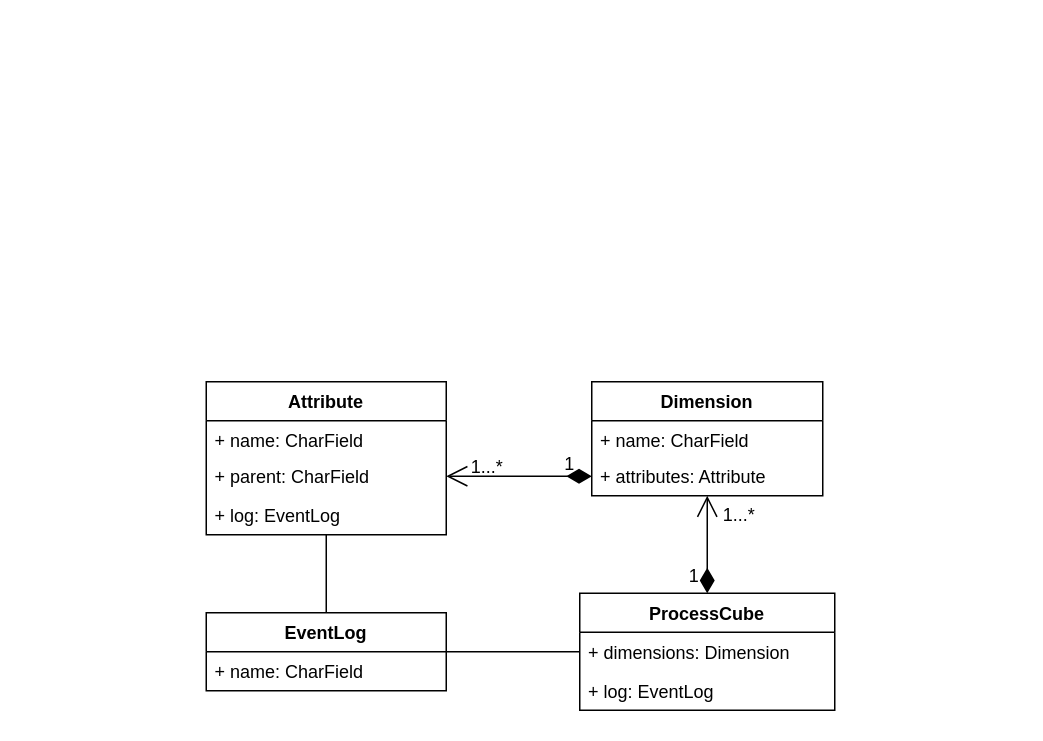
ngtom/PCubes-PADS2019 keeps this draw.io diagram as diagrams/DjangoModels.drawio. Above is the earlier version. Source tidied: cells renumbered, new cells numbered last; positions are measured from the earlier drawing's top-left corner, leaving out a move shared by most shapes. Both pictures are drawn from the tidied source at 150%, with x=0, y=0 at pixel (206, 381).
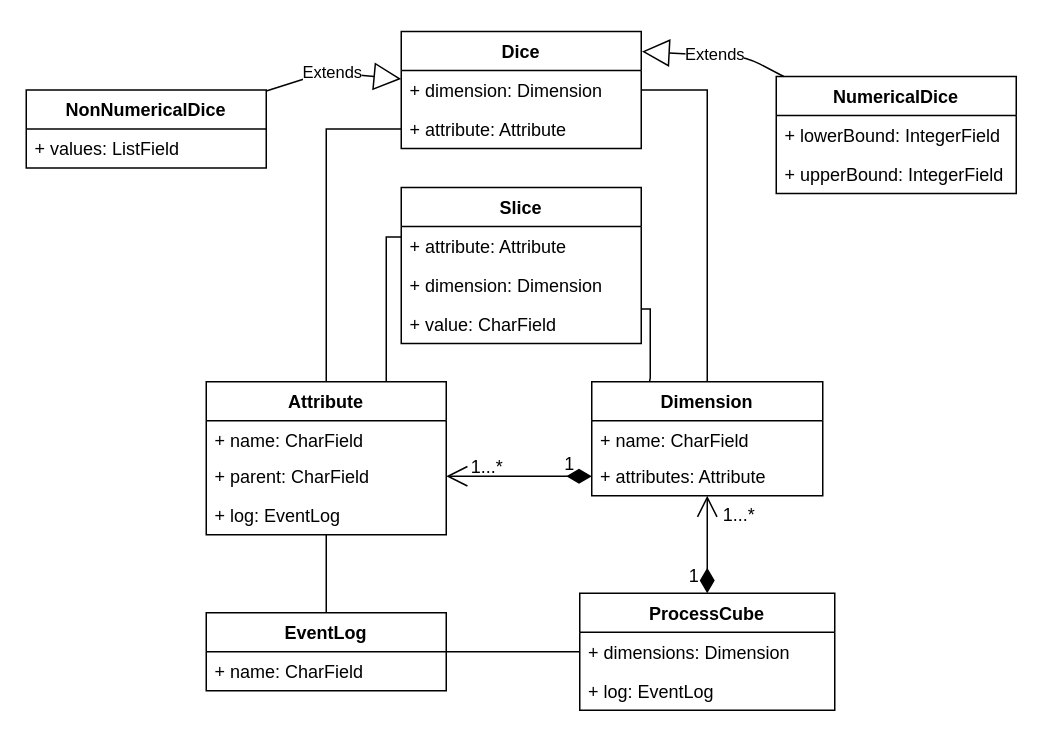
The same page after the edit.

The change refers to these unchanged cells:
```xml
<mxCell id="4" value="Attribute" style="swimlane;fontStyle=1;align=center;verticalAlign=top;horizontal=1;startSize=26;" parent="1" vertex="1">
  <mxGeometry width="160" height="102" as="geometry" />
</mxCell>
<mxCell id="8" value="Dimension" style="swimlane;fontStyle=1;align=center;verticalAlign=top;horizontal=1;startSize=26;" parent="1" vertex="1">
  <mxGeometry x="257" width="154" height="76" as="geometry" />
</mxCell>
```

Change to the diagram source:
```diff
@@
+    <mxCell id="24" style="edgeStyle=orthogonalEdgeStyle;rounded=0;jettySize=auto;html=1;entryX=0.25;entryY=0;entryDx=0;entryDy=0;endArrow=none;endFill=0;" parent="1" edge="1" source="26" target="8">
+      <mxGeometry relative="1" as="geometry">
+        <Array as="points">
+          <mxPoint x="296" y="-48.5" />
+          <mxPoint x="296" y="-2.5" />
+        </Array>
+      </mxGeometry>
+    </mxCell>
+    <mxCell id="25" style="edgeStyle=orthogonalEdgeStyle;rounded=0;jettySize=auto;html=1;entryX=0.75;entryY=0;entryDx=0;entryDy=0;endArrow=none;endFill=0;" parent="1" edge="1" source="27" target="4">
+      <mxGeometry relative="1" as="geometry">
+        <Array as="points">
+          <mxPoint x="120" y="-96.5" />
+        </Array>
+      </mxGeometry>
+    </mxCell>
+    <mxCell id="26" value="Slice" style="swimlane;fontStyle=1;align=center;verticalAlign=top;horizontal=1;startSize=26;" parent="1" vertex="1">
+      <mxGeometry x="130" y="-129.5" width="160" height="104" as="geometry" />
+    </mxCell>
+    <mxCell id="27" value="+ attribute: Attribute&#10;" style="text;strokeColor=none;fillColor=none;align=left;verticalAlign=top;spacingLeft=4;spacingRight=4;overflow=hidden;points=[[0,0.5],[1,0.5]];portConstraint=eastwest;" parent="26" vertex="1">
+      <mxGeometry y="26" width="160" height="26" as="geometry" />
+    </mxCell>
+    <mxCell id="28" value="+ dimension: Dimension&#10;" style="text;strokeColor=none;fillColor=none;align=left;verticalAlign=top;spacingLeft=4;spacingRight=4;overflow=hidden;" parent="26" vertex="1">
+      <mxGeometry y="52" width="160" height="26" as="geometry" />
+    </mxCell>
+    <mxCell id="29" value="+ value: CharField&#10;" style="text;strokeColor=none;fillColor=none;align=left;verticalAlign=top;spacingLeft=4;spacingRight=4;overflow=hidden;" parent="26" vertex="1">
+      <mxGeometry y="78" width="160" height="26" as="geometry" />
+    </mxCell>
+    <mxCell id="30" value="Dice" style="swimlane;fontStyle=1;align=center;verticalAlign=top;horizontal=1;startSize=26;" parent="1" vertex="1">
+      <mxGeometry x="130" y="-233.5" width="160" height="78" as="geometry" />
+    </mxCell>
+    <mxCell id="31" value="+ dimension: Dimension&#10;" style="text;strokeColor=none;fillColor=none;align=left;verticalAlign=top;spacingLeft=4;spacingRight=4;overflow=hidden;points=[[0,0.5],[1,0.5]];portConstraint=eastwest;" parent="30" vertex="1">
+      <mxGeometry y="26" width="160" height="26" as="geometry" />
+    </mxCell>
+    <mxCell id="32" value="+ attribute: Attribute&#10;" style="text;strokeColor=none;fillColor=none;align=left;verticalAlign=top;spacingLeft=4;spacingRight=4;overflow=hidden;points=[[0,0.5],[1,0.5]];portConstraint=eastwest;" parent="30" vertex="1">
+      <mxGeometry y="52" width="160" height="26" as="geometry" />
+    </mxCell>
+    <mxCell id="33" style="edgeStyle=orthogonalEdgeStyle;rounded=0;jettySize=auto;html=1;endArrow=none;endFill=0;" parent="1" edge="1" source="32" target="4">
+      <mxGeometry relative="1" as="geometry" />
+    </mxCell>
+    <mxCell id="34" value="NumericalDice" style="swimlane;fontStyle=1;align=center;verticalAlign=top;horizontal=1;startSize=26;" parent="1" vertex="1">
+      <mxGeometry x="380" y="-203.5" width="160" height="78" as="geometry" />
+    </mxCell>
+    <mxCell id="35" value="+ lowerBound: IntegerField&#10;" style="text;strokeColor=none;fillColor=none;align=left;verticalAlign=top;spacingLeft=4;spacingRight=4;overflow=hidden;" parent="34" vertex="1">
+      <mxGeometry y="26" width="160" height="26" as="geometry" />
+    </mxCell>
+    <mxCell id="36" value="+ upperBound: IntegerField&#10;" style="text;strokeColor=none;fillColor=none;align=left;verticalAlign=top;spacingLeft=4;spacingRight=4;overflow=hidden;" parent="34" vertex="1">
+      <mxGeometry y="52" width="160" height="26" as="geometry" />
+    </mxCell>
+    <mxCell id="37" value="NonNumericalDice" style="swimlane;fontStyle=1;align=center;verticalAlign=top;horizontal=1;startSize=26;" parent="1" vertex="1">
+      <mxGeometry x="-120" y="-194.5" width="160" height="52" as="geometry" />
+    </mxCell>
+    <mxCell id="38" value="+ values: ListField&#10;" style="text;strokeColor=none;fillColor=none;align=left;verticalAlign=top;spacingLeft=4;spacingRight=4;overflow=hidden;" parent="37" vertex="1">
+      <mxGeometry y="26" width="160" height="26" as="geometry" />
+    </mxCell>
+    <mxCell id="39" style="edgeStyle=orthogonalEdgeStyle;rounded=0;jettySize=auto;html=1;endArrow=none;endFill=0;" parent="1" edge="1" source="31" target="8">
+      <mxGeometry relative="1" as="geometry" />
+    </mxCell>
+    <mxCell id="40" value="Extends" style="endArrow=block;endSize=16;endFill=0;html=1;" parent="1" edge="1" source="37" target="30">
+      <mxGeometry relative="1" as="geometry">
+        <Array as="points">
+          <mxPoint x="80" y="-206.5" />
+        </Array>
+      </mxGeometry>
+    </mxCell>
+    <mxCell id="41" value="Extends" style="endArrow=block;endSize=16;endFill=0;html=1;entryX=1.003;entryY=0.171;entryDx=0;entryDy=0;entryPerimeter=0;" parent="1" edge="1" source="34" target="30">
+      <mxGeometry relative="1" as="geometry">
+        <Array as="points">
+          <mxPoint x="360" y="-216.5" />
+        </Array>
+      </mxGeometry>
+    </mxCell>
```
